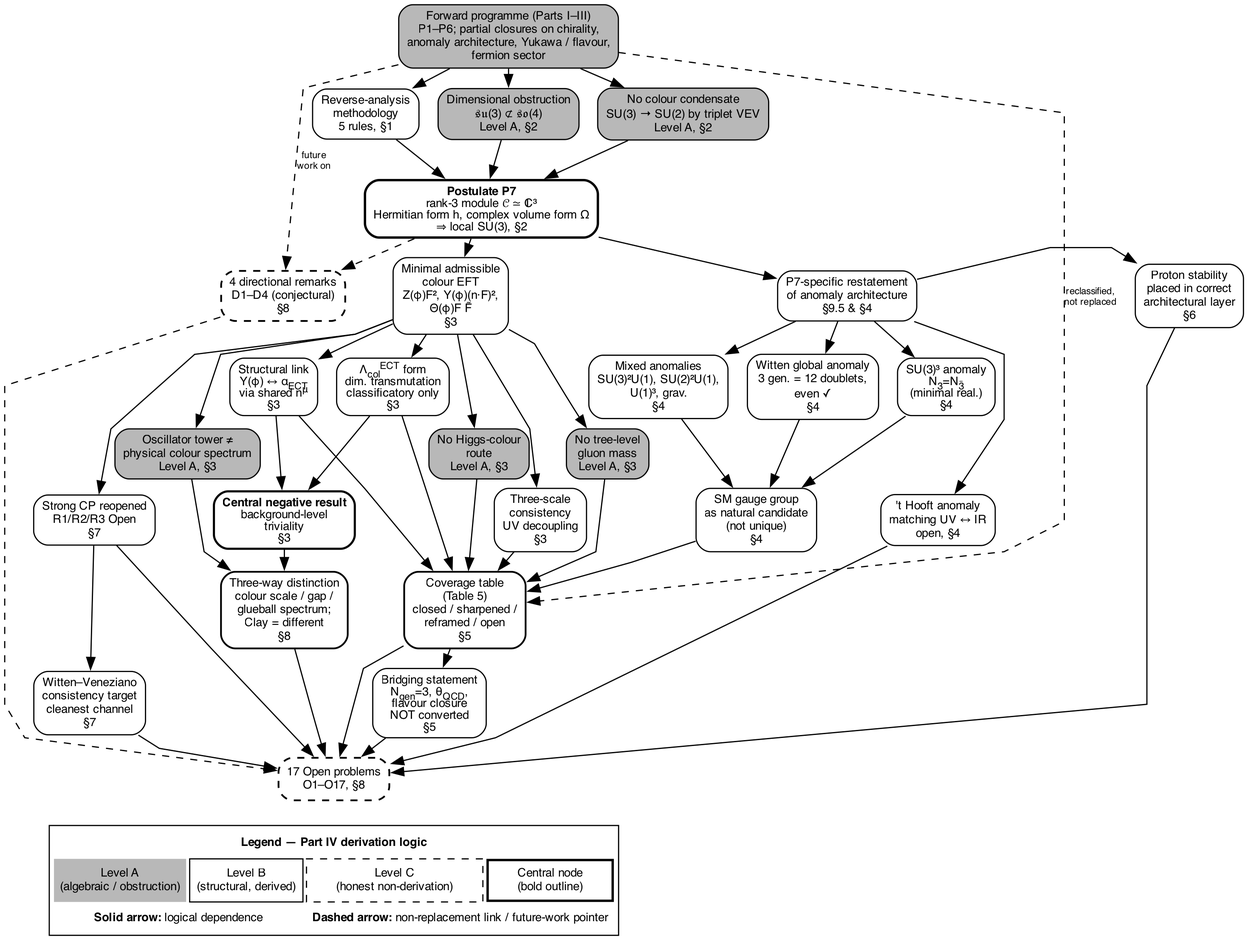
chufelo/ECT-preprint-code keeps this Graphviz diagram as figures/fig_partIV_derivation_logic.png. Above is the earlier version. Its source is kept beside it as scripts/fig_partIV_derivation_logic.gv.
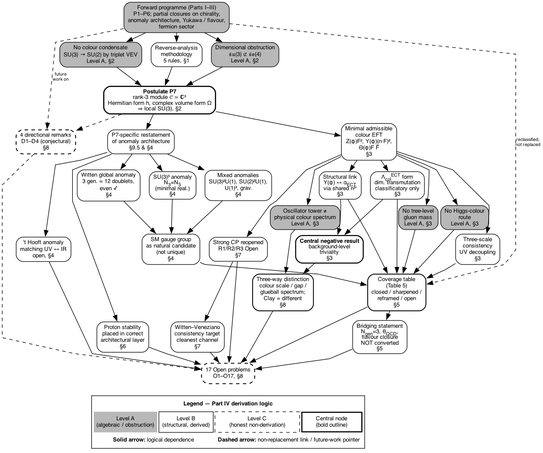
The same diagram one commit later.

Change to the diagram source:
```diff
@@ -41,7 +41,6 @@
     node [fillcolor="#ffffff"];
     min_eft [label=<Minimal admissible<BR/>colour EFT<BR/>Z(φ)F², Y(φ)(n·F)²,<BR/>Θ(φ)F F̃<BR/>§3>];
     anomaly_restatement [label=<P7-specific restatement<BR/>of anomaly architecture<BR/>§9.5 &amp; §4>];
-    proton [label=<Proton stability<BR/>placed in correct<BR/>architectural layer<BR/>§6>];
   }
 
   { rank=same;
@@ -87,6 +86,7 @@
 
   { rank=same;
     node [fillcolor="#ffffff"];
+    proton [label=<Proton stability<BR/>placed in correct<BR/>architectural layer<BR/>§6>];
     bridging [label=<Bridging statement<BR/>N<SUB>gen</SUB>=3, θ<SUB>QCD</SUB>,<BR/>flavour closure<BR/>NOT converted<BR/>§5>];
     witten_ven [label=<Witten–Veneziano<BR/>consistency target<BR/>cleanest channel<BR/>§7>];
   }
```
